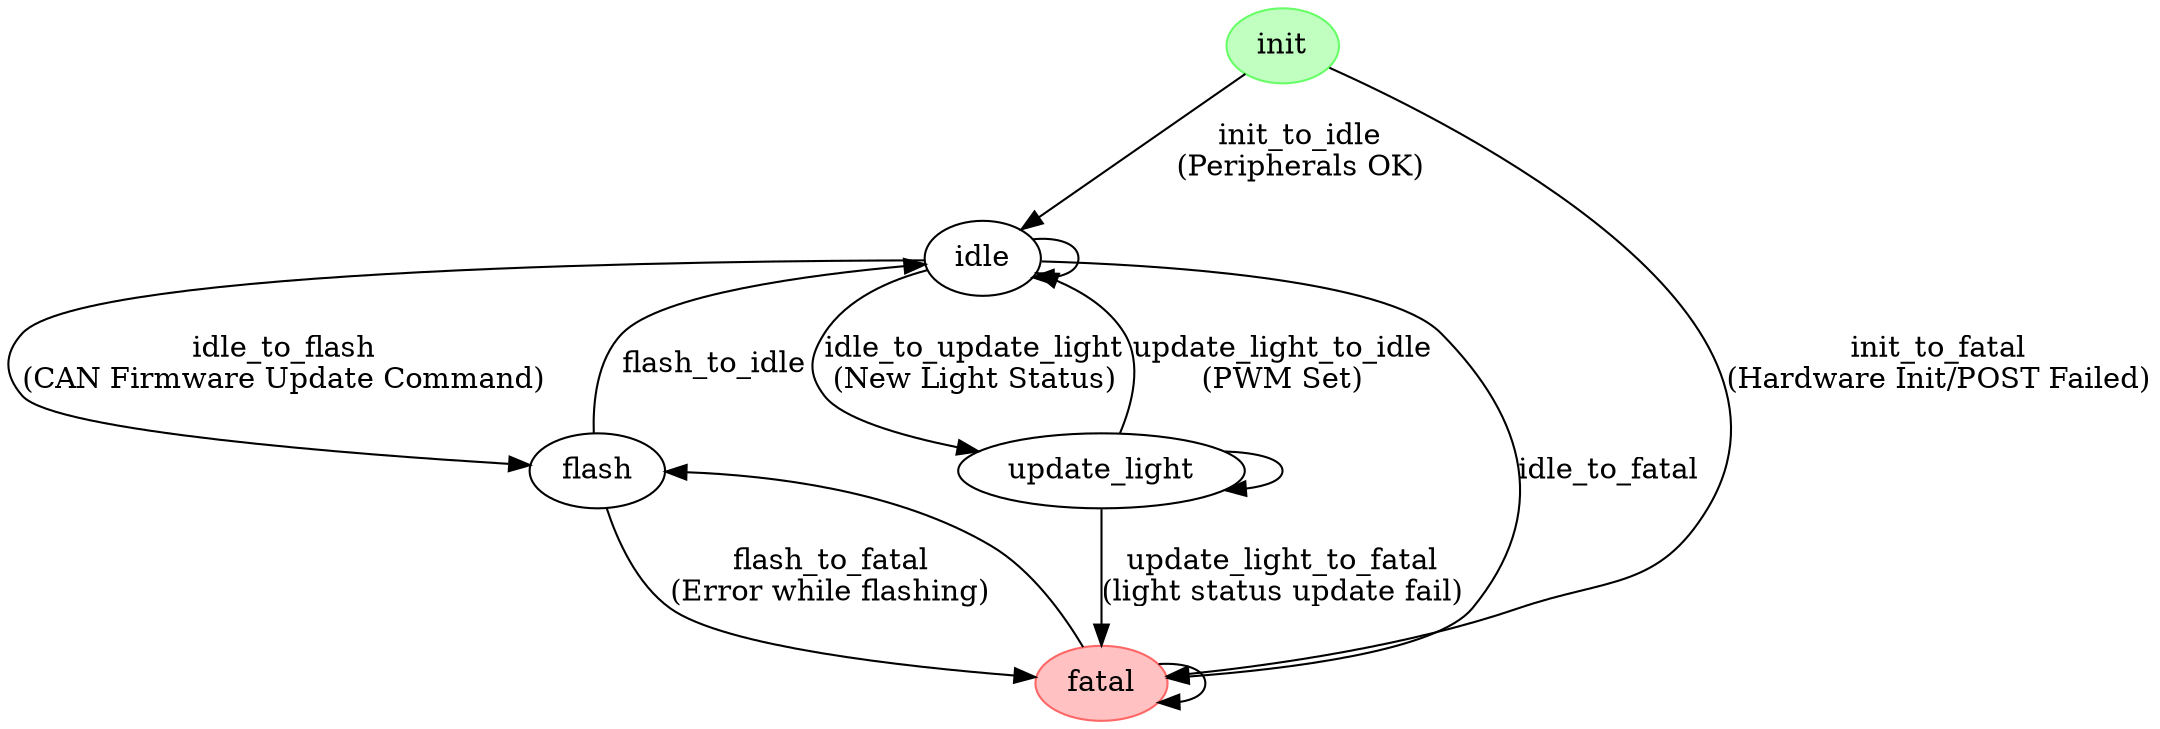
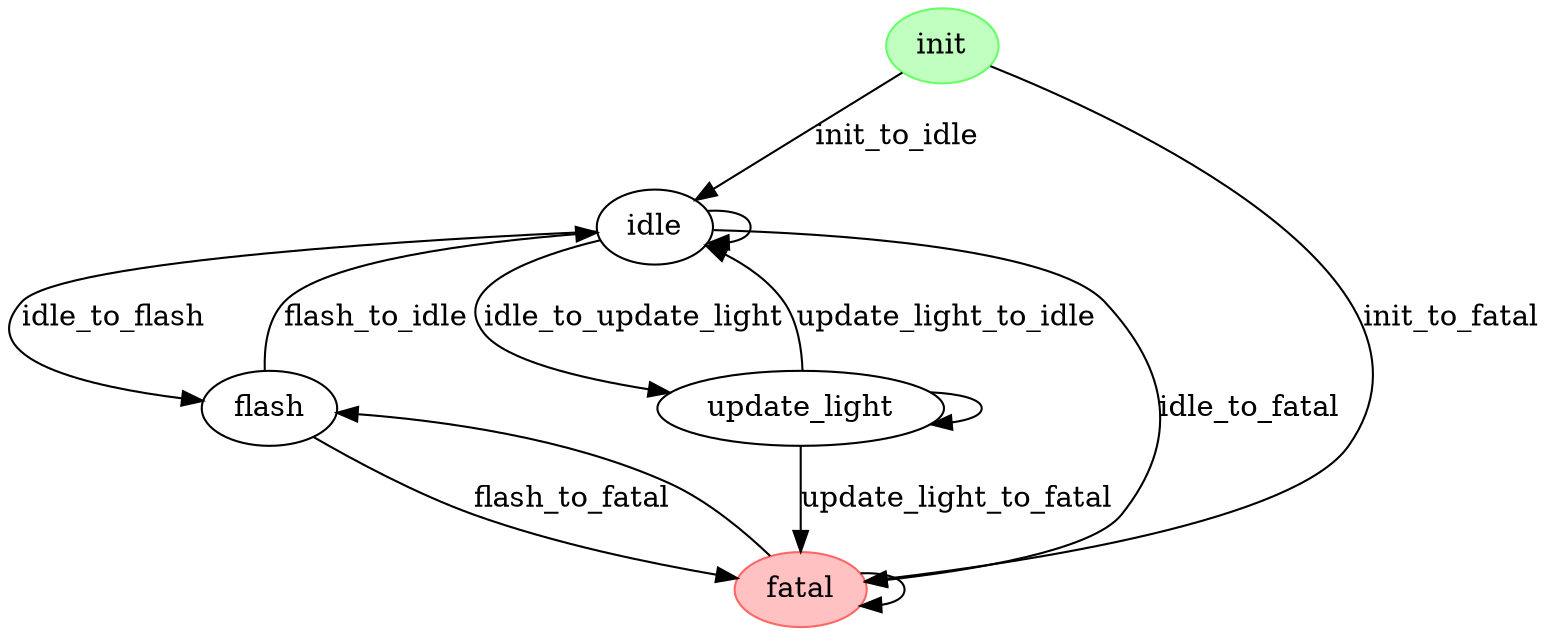
digraph "lcu_fsm" {
    bgcolor="white"
    layout="dot"
    center=true
    concentrate=false

    init [
        style="filled"
        color="#66ff66"
        fillcolor="#c1ffc1"
    ]
    flash
    idle
    update_light
    fatal [
        style="filled"
        color="#ff6666"
        fillcolor="#ffc1c1"
    ]

-     init -> idle [label="init_to_idle\n(Peripherals OK)"]
-     init -> fatal [label="init_to_fatal\n(Hardware Init/POST Failed)"]
+     init -> idle [label="init_to_idle"]
+     init -> fatal [label="init_to_fatal"]

    idle -> idle
-     idle -> flash [label="idle_to_flash\n(CAN Firmware Update Command)"]
-     idle -> update_light [label="idle_to_update_light\n(New Light Status)"]
+     idle -> flash [label="idle_to_flash"]
+     idle -> update_light [label="idle_to_update_light"]
    idle -> fatal [label="idle_to_fatal"]

    flash -> idle [label="flash_to_idle"]
-     flash -> fatal [label="flash_to_fatal\n(Error while flashing)"]
+     flash -> fatal [label="flash_to_fatal"]

-     update_light -> idle [label="update_light_to_idle\n(PWM Set)"]
-     update_light -> fatal [label="update_light_to_fatal\n(light status update fail)"]
+     update_light -> idle [label="update_light_to_idle"]
+     update_light -> fatal [label="update_light_to_fatal"]
    update_light -> update_light

    fatal -> flash
    fatal -> fatal
}
